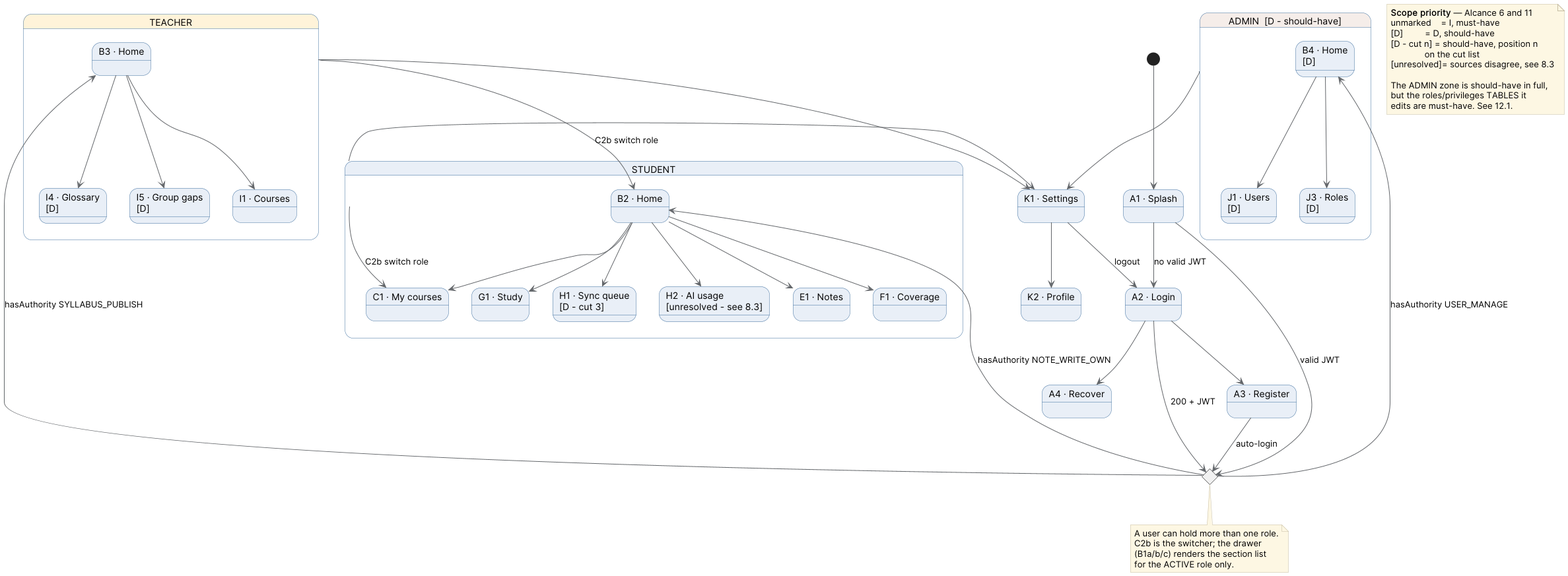
Bloodiewormer/Proyecto-Plataformas-Moviles keeps this PlantUML diagram as docs/images/16_nav_toplevel.png. Above is the earlier version.
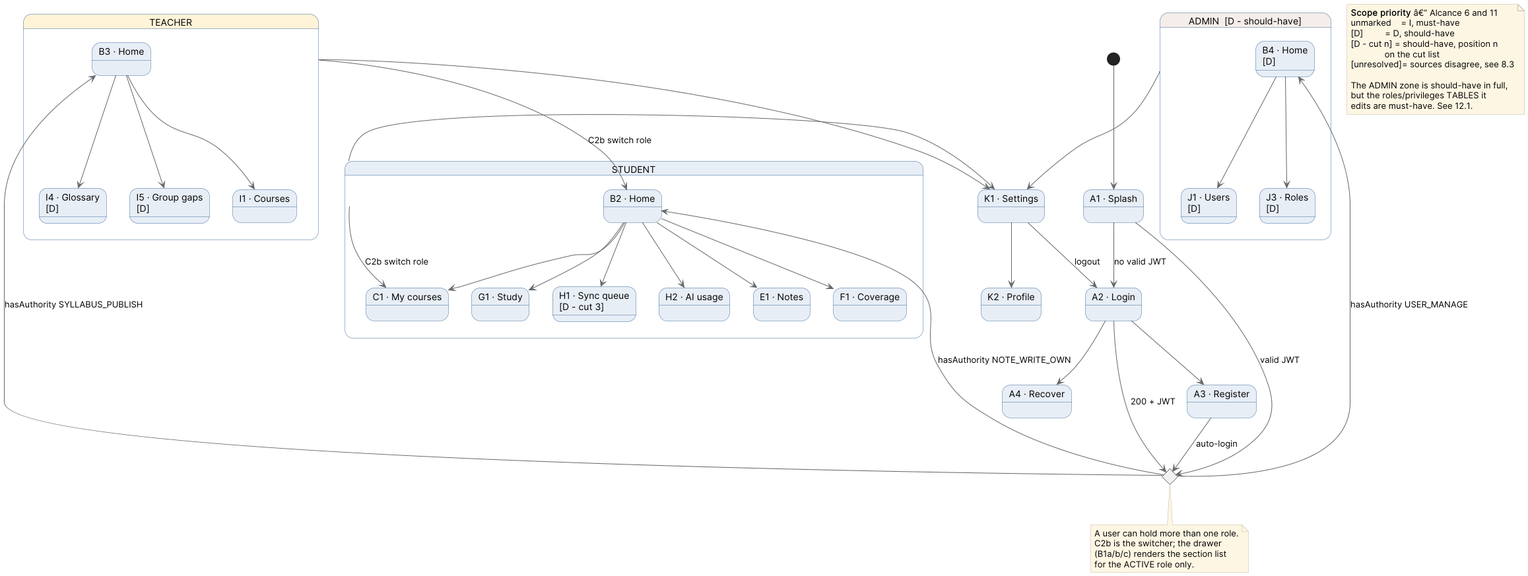
After the change.

Diff of the diagram source:
```diff
@@ -33,7 +33,7 @@
   state "F1 · Coverage" as F1
   state "G1 · Study" as G1
   state "H1 · Sync queue\n[D - cut 3]" as H1
-  state "H2 · AI usage\n[unresolved - see 8.3]" as H2
+  state "H2 · AI usage" as H2
   B2 --> C1
   B2 --> E1
   B2 --> F1
@@ -84,7 +84,7 @@
 end note
 
 note as Legend
-  **Scope priority** — Alcance 6 and 11
+  **Scope priority** â€” Alcance 6 and 11
   unmarked    = I, must-have
   [D]         = D, should-have
   [D - cut n] = should-have, position n
```
